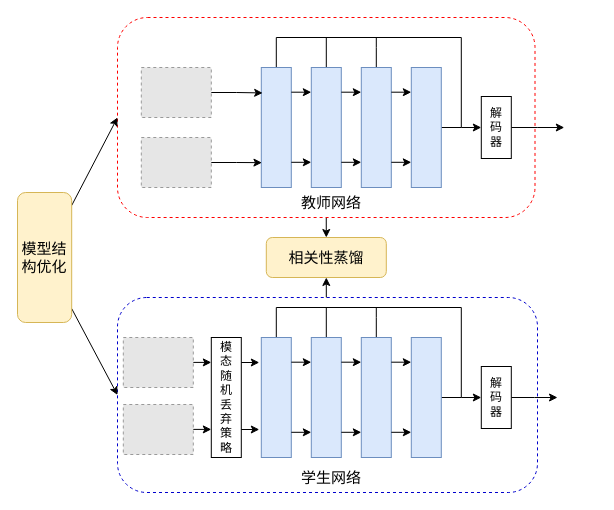
The draw.io diagram 1-2主要内容.drawio in Losh-shi/graduate_map, before the edit. Source tidied: cells renumbered, new cells numbered last; positions are measured from the earlier drawing's top-left corner, leaving out a move shared by most shapes. Both pictures are drawn from the tidied source at 100%, with x=0, y=0 at pixel (17, 17). Pictures stored in the file or linked from it are replaced by grey dashed boxes.
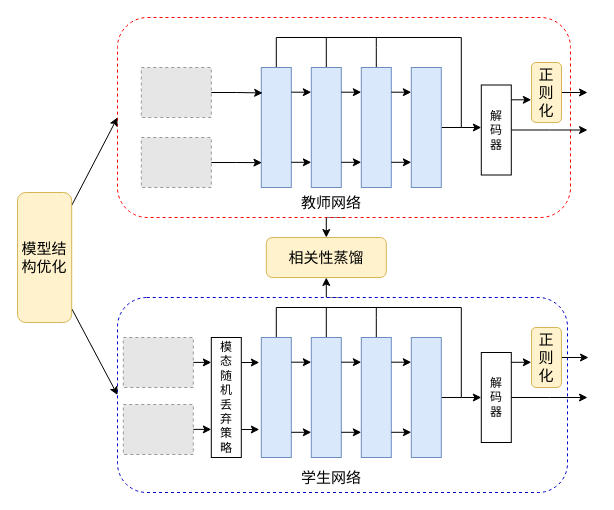
The same diagram, later.

Commit message (it also covers changes not shown here):
更新1-2主要内容.drawio

Unchanged cells that the change refers to:
```xml
<mxCell id="7" style="rounded=0;whiteSpace=wrap;html=1;fillColor=#dae8fc;strokeColor=#6c8ebf;" parent="1" vertex="1">
  <mxGeometry x="243.8" y="50" width="30" height="120" as="geometry" />
</mxCell>
```

The edit, as a diff of the source:
```diff
@@
-<mxGraphModel>
+<mxGraphModel background="#ffffff">
@@
     <mxCell id="3" style="rounded=1;whiteSpace=wrap;html=1;dashed=1;strokeColor=#0000CC;" parent="1" vertex="1">
-      <mxGeometry x="100" y="280" width="420" height="195" as="geometry" />
+      <mxGeometry x="100" y="280" width="450" height="195" as="geometry" />
     </mxCell>
@@
     <mxCell id="5" style="rounded=1;whiteSpace=wrap;html=1;dashed=1;strokeColor=#FF0000;" parent="1" vertex="1">
-      <mxGeometry x="100" width="417.5" height="200" as="geometry" />
+      <mxGeometry x="100" width="453" height="200" as="geometry" />
     </mxCell>
-    <mxCell id="6" style="edgeStyle=orthogonalEdgeStyle;rounded=0;jettySize=auto;html=1;" parent="1" edge="1" source="7" target="25">
+    <mxCell id="6" style="edgeStyle=orthogonalEdgeStyle;rounded=0;jettySize=auto;html=1;" parent="1" edge="1" source="7">
       <mxGeometry relative="1" as="geometry">
+        <mxPoint x="463.8" y="110" as="targetPoint" />
         <Array as="points">
           <mxPoint x="258.8" y="20" />
           <mxPoint x="443.8" y="20" />
           <mxPoint x="443.8" y="110" />
         </Array>
       </mxGeometry>
     </mxCell>
@@
-    <mxCell id="24" style="edgeStyle=orthogonalEdgeStyle;rounded=0;jettySize=auto;html=1;exitX=1;exitY=0.5;exitDx=0;exitDy=0;" parent="1" edge="1" source="25">
-      <mxGeometry relative="1" as="geometry">
-        <mxPoint x="546.8" y="110" as="targetPoint" />
-      </mxGeometry>
-    </mxCell>
-    <mxCell id="25" value="&lt;font face=&quot;宋体&quot;&gt;解&lt;/font&gt;&lt;div&gt;&lt;font face=&quot;宋体&quot;&gt;码&lt;/font&gt;&lt;/div&gt;&lt;div&gt;&lt;font face=&quot;宋体&quot;&gt;器&lt;/font&gt;&lt;/div&gt;" style="rounded=0;whiteSpace=wrap;html=1;" parent="1" vertex="1">
-      <mxGeometry x="463.8" y="79" width="30" height="62" as="geometry" />
-    </mxCell>
@@
     <mxCell id="42" style="edgeStyle=orthogonalEdgeStyle;rounded=0;jettySize=auto;html=1;exitX=1;exitY=0.5;exitDx=0;exitDy=0;" parent="1" edge="1" source="43">
       <mxGeometry relative="1" as="geometry">
-        <mxPoint x="540" y="380" as="targetPoint" />
+        <mxPoint x="570" y="380" as="targetPoint" />
       </mxGeometry>
     </mxCell>
     <mxCell id="43" value="解&lt;div&gt;码&lt;/div&gt;&lt;div&gt;器&lt;/div&gt;" style="rounded=0;whiteSpace=wrap;html=1;" parent="1" vertex="1">
-      <mxGeometry x="463.8" y="349" width="30" height="62" as="geometry" />
+      <mxGeometry x="463.8" y="335" width="30" height="90" as="geometry" />
     </mxCell>
@@
-    <mxCell id="54" value="&lt;font style=&quot;font-size: 15px;&quot; face=&quot;宋体&quot;&gt;模型结构优化&lt;/font&gt;" style="rounded=1;whiteSpace=wrap;html=1;fillColor=#fff2cc;strokeColor=#d6b656;" parent="1" vertex="1">
+    <mxCell id="54" value="&lt;span style=&quot;font-family: 宋体; font-size: 15px;&quot;&gt;模型结构优化&lt;/span&gt;" style="rounded=1;whiteSpace=wrap;html=1;fillColor=#fff2cc;strokeColor=#d6b656;" parent="1" vertex="1">
       <mxGeometry y="175" width="54.2" height="130" as="geometry" />
     </mxCell>
+    <mxCell id="55" style="edgeStyle=orthogonalEdgeStyle;rounded=0;jettySize=auto;html=1;" parent="1" edge="1" source="56">
+      <mxGeometry relative="1" as="geometry">
+        <mxPoint x="571" y="340" as="targetPoint" />
+      </mxGeometry>
+    </mxCell>
+    <mxCell id="56" value="&lt;font style=&quot;font-size: 15px;&quot; face=&quot;宋体&quot;&gt;正&lt;/font&gt;&lt;div&gt;&lt;font style=&quot;font-size: 15px;&quot; face=&quot;宋体&quot;&gt;则&lt;/font&gt;&lt;/div&gt;&lt;div&gt;&lt;font style=&quot;font-size: 15px;&quot; face=&quot;宋体&quot;&gt;化&lt;/font&gt;&lt;/div&gt;" style="rounded=1;whiteSpace=wrap;html=1;fillColor=#fff2cc;strokeColor=#d6b656;" parent="1" vertex="1">
+      <mxGeometry x="514" y="310" width="30" height="60" as="geometry" />
+    </mxCell>
+    <mxCell id="57" style="edgeStyle=orthogonalEdgeStyle;rounded=0;orthogonalLoop=1;jettySize=auto;html=1;" parent="1" edge="1">
+      <mxGeometry relative="1" as="geometry">
+        <mxPoint x="493.8" y="344.8" as="sourcePoint" />
+        <mxPoint x="513.8" y="345.2" as="targetPoint" />
+      </mxGeometry>
+    </mxCell>
+    <mxCell id="58" style="edgeStyle=orthogonalEdgeStyle;rounded=0;jettySize=auto;html=1;exitX=1;exitY=0.5;exitDx=0;exitDy=0;" parent="1" edge="1" source="25">
+      <mxGeometry relative="1" as="geometry">
+        <mxPoint x="570" y="112.5" as="targetPoint" />
+      </mxGeometry>
+    </mxCell>
+    <mxCell id="25" value="解&lt;div&gt;码&lt;/div&gt;&lt;div&gt;器&lt;/div&gt;" style="rounded=0;whiteSpace=wrap;html=1;" parent="1" vertex="1">
+      <mxGeometry x="463.8" y="67.5" width="30" height="90" as="geometry" />
+    </mxCell>
+    <mxCell id="59" style="rounded=0;jettySize=auto;html=1;" parent="1" edge="1" source="60">
+      <mxGeometry relative="1" as="geometry">
+        <mxPoint x="570" y="75" as="targetPoint" />
+      </mxGeometry>
+    </mxCell>
+    <mxCell id="60" value="&lt;font style=&quot;font-size: 15px;&quot; face=&quot;宋体&quot;&gt;正&lt;/font&gt;&lt;div&gt;&lt;font style=&quot;font-size: 15px;&quot; face=&quot;宋体&quot;&gt;则&lt;/font&gt;&lt;/div&gt;&lt;div&gt;&lt;font style=&quot;font-size: 15px;&quot; face=&quot;宋体&quot;&gt;化&lt;/font&gt;&lt;/div&gt;" style="rounded=1;whiteSpace=wrap;html=1;fillColor=#fff2cc;strokeColor=#d6b656;" parent="1" vertex="1">
+      <mxGeometry x="514" y="45" width="30" height="60" as="geometry" />
+    </mxCell>
+    <mxCell id="61" style="edgeStyle=orthogonalEdgeStyle;rounded=0;orthogonalLoop=1;jettySize=auto;html=1;" parent="1" edge="1">
+      <mxGeometry relative="1" as="geometry">
+        <mxPoint x="493.8" y="82.3" as="sourcePoint" />
+        <mxPoint x="513.8" y="82.7" as="targetPoint" />
+      </mxGeometry>
+    </mxCell>
```
